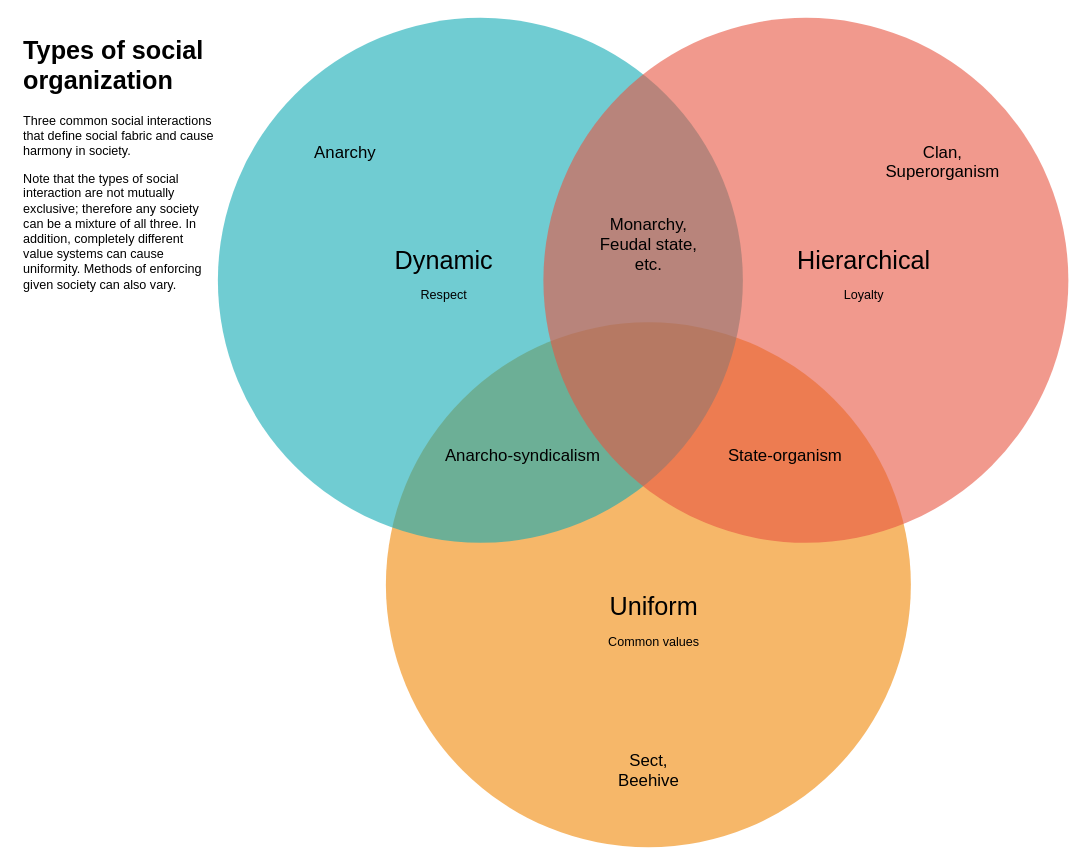
Before: Диаграмма без названия.drawio in nosovicki/instructions, a draw.io diagram. Source tidied: cells renumbered, new cells numbered last; positions are measured from the earlier drawing's top-left corner, leaving out a move shared by most shapes. Both pictures are drawn from the tidied source at 105%, with x=0, y=0 at pixel (18, 17).
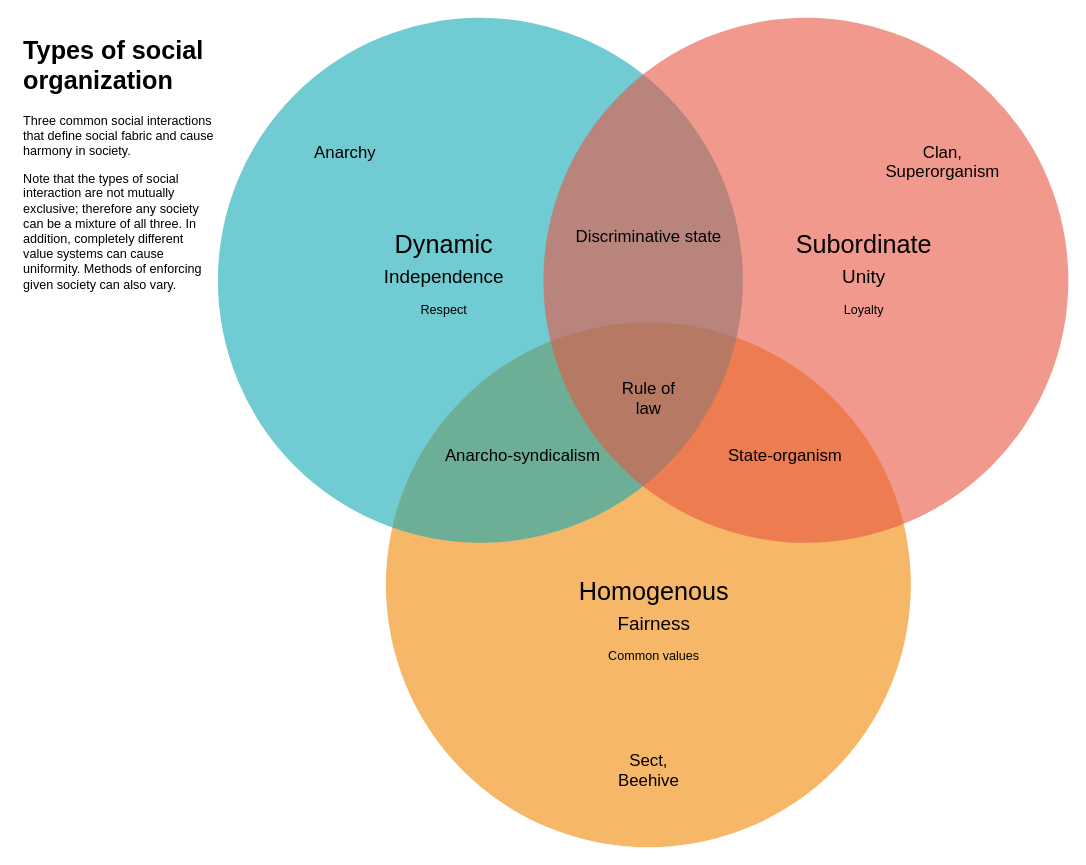
The same page after the edit.

Diff of the diagram source:
```diff
@@
 <mxGraphModel>
   <root>
     <mxCell id="0" />
     <mxCell id="1" parent="0" />
     <mxCell id="2" style="ellipse;fillColor=#F08705;opacity=60;strokeColor=none;html=1;fontColor=#FFFFFF;" parent="1" vertex="1">
       <mxGeometry x="350" y="290.5" width="500" height="500" as="geometry" />
     </mxCell>
     <mxCell id="3" style="ellipse;fillColor=#12AAB5;opacity=60;strokeColor=none;html=1;fontColor=#000000;" parent="1" vertex="1">
       <mxGeometry x="190" y="0.5" width="500" height="500" as="geometry" />
     </mxCell>
     <mxCell id="4" style="ellipse;fillColor=#e85642;opacity=60;strokeColor=none;html=1;fontColor=#000000;" parent="1" vertex="1">
       <mxGeometry x="500" y="0.5" width="500" height="500" as="geometry" />
     </mxCell>
-    <mxCell id="5" value="Dynamic&lt;br&gt;&lt;font style=&quot;font-size: 12px;&quot;&gt;Respect&lt;/font&gt;" style="text;fontSize=24;align=center;verticalAlign=middle;html=1;fontColor=#000000;" parent="1" vertex="1">
+    <mxCell id="5" value="Dynamic&lt;br&gt;&lt;font style=&quot;font-size: 18px;&quot;&gt;Independence&lt;br&gt;&lt;/font&gt;&lt;font style=&quot;font-size: 12px;&quot;&gt;Respect&lt;/font&gt;" style="text;fontSize=24;align=center;verticalAlign=middle;html=1;fontColor=#000000;" parent="1" vertex="1">
       <mxGeometry x="310" y="210.5" width="190" height="70" as="geometry" />
     </mxCell>
-    <mxCell id="6" value="Hierarchical&lt;br&gt;&lt;font style=&quot;font-size: 12px;&quot;&gt;Loyalty&lt;/font&gt;" style="text;fontSize=24;align=center;verticalAlign=middle;html=1;fontColor=#000000;" parent="1" vertex="1">
+    <mxCell id="6" value="&lt;font style=&quot;&quot;&gt;Subordinate&lt;br&gt;&lt;font style=&quot;font-size: 18px;&quot;&gt;Unity&lt;/font&gt;&lt;br&gt;&lt;/font&gt;&lt;font style=&quot;font-size: 12px;&quot;&gt;Loyalty&lt;/font&gt;" style="text;fontSize=24;align=center;verticalAlign=middle;html=1;fontColor=#000000;" parent="1" vertex="1">
       <mxGeometry x="710" y="210.5" width="190" height="70" as="geometry" />
     </mxCell>
-    <mxCell id="7" value="Uniform&lt;br&gt;&lt;font style=&quot;font-size: 12px;&quot;&gt;Common values&lt;/font&gt;" style="text;fontSize=24;align=center;verticalAlign=middle;html=1;fontColor=#000000;" parent="1" vertex="1">
+    <mxCell id="7" value="Homogenous&lt;br&gt;&lt;font style=&quot;font-size: 18px;&quot;&gt;Fairness&lt;/font&gt;&lt;br&gt;&lt;font style=&quot;font-size: 12px;&quot;&gt;Common values&lt;/font&gt;" style="text;fontSize=24;align=center;verticalAlign=middle;html=1;fontColor=#000000;" parent="1" vertex="1">
       <mxGeometry x="510" y="540.5" width="190" height="70" as="geometry" />
     </mxCell>
-    <mxCell id="8" value="Monarchy,&lt;br&gt;Feudal state,&lt;br&gt;etc." style="text;align=center;html=1;fontColor=#000000;fontSize=16;" parent="1" vertex="1">
-      <mxGeometry x="580" y="180.5" width="40" height="40" as="geometry" />
+    <mxCell id="8" value="Discriminative state" style="text;align=center;html=1;fontColor=#000000;fontSize=16;" parent="1" vertex="1">
+      <mxGeometry x="580" y="192" width="40" height="40" as="geometry" />
     </mxCell>
     <mxCell id="9" value="Anarcho-syndicalism" style="text;align=center;html=1;fontColor=#000000;fontSize=16;" parent="1" vertex="1">
       <mxGeometry x="460" y="400.5" width="40" height="40" as="geometry" />
     </mxCell>
     <mxCell id="10" value="State-organism" style="text;align=center;html=1;fontColor=#000000;fontSize=16;" parent="1" vertex="1">
       <mxGeometry x="710" y="400.5" width="40" height="40" as="geometry" />
     </mxCell>
     <mxCell id="11" value="Anarchy" style="text;align=center;html=1;fontColor=#000000;fontSize=16;" parent="1" vertex="1">
       <mxGeometry x="290.5" y="112" width="40" height="40" as="geometry" />
     </mxCell>
     <mxCell id="12" value="Clan,&lt;br&gt;Superorganism" style="text;align=center;html=1;fontColor=#000000;fontSize=16;" parent="1" vertex="1">
       <mxGeometry x="860" y="112" width="40" height="40" as="geometry" />
     </mxCell>
     <mxCell id="13" value="Sect,&lt;br&gt;Beehive" style="text;align=center;html=1;fontColor=#000000;fontSize=16;" parent="1" vertex="1">
       <mxGeometry x="580" y="692" width="40" height="40" as="geometry" />
     </mxCell>
     <mxCell id="14" value="&lt;h1&gt;Types of social organization&lt;/h1&gt;&lt;p&gt;Three common social interactions that define social fabric and&amp;nbsp;&lt;span style=&quot;background-color: initial;&quot;&gt;cause harmony in society.&lt;/span&gt;&lt;/p&gt;&lt;p&gt;&lt;span style=&quot;background-color: initial;&quot;&gt;Note that the types of social interaction are not mutually exclusive; therefore any society can be a mixture of all three. In addition, completely different value systems can cause uniformity. Methods of enforcing given society can also vary.&lt;/span&gt;&lt;br&gt;&lt;/p&gt;" style="text;html=1;strokeColor=none;fillColor=none;spacing=5;spacingTop=-20;whiteSpace=wrap;overflow=hidden;rounded=0;fontSize=12;fontColor=#000000;" parent="1" vertex="1">
       <mxGeometry y="12" width="190" height="690" as="geometry" />
     </mxCell>
+    <mxCell id="15" value="Rule&amp;nbsp;of&lt;br&gt;law" style="text;align=center;html=1;fontColor=#000000;fontSize=16;" parent="1" vertex="1">
+      <mxGeometry x="580" y="337" width="40" height="40" as="geometry" />
+    </mxCell>
   </root>
 </mxGraphModel>
```
